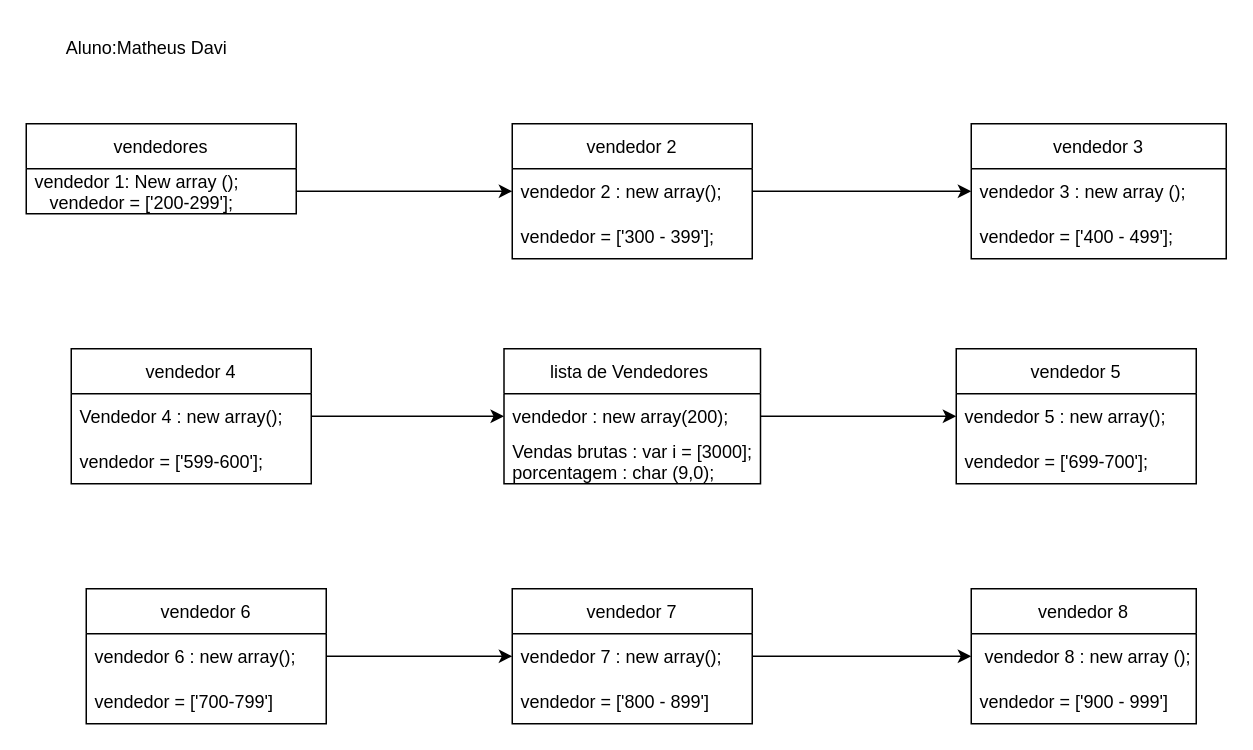
Above: diagramaemjava.drawio in daviterzin/rogue-brasil- (draw.io), before the change. Source tidied: cells renumbered, new cells numbered last; positions are measured from the earlier drawing's top-left corner, leaving out a move shared by most shapes. Both pictures are drawn from the tidied source at 150%, with x=0, y=0 at pixel (26, 26).
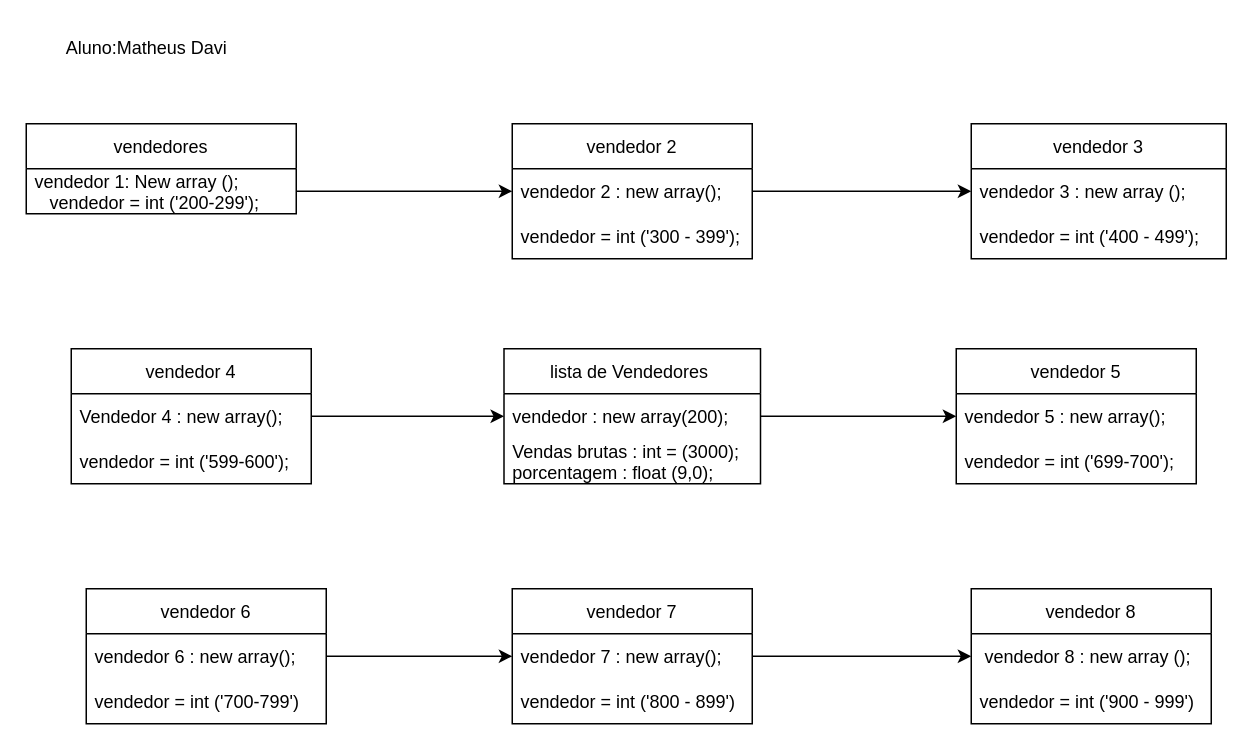
Above is the later version.

The change refers to these unchanged cells:
```xml
<mxCell id="6" value="vendedor 2" style="swimlane;fontStyle=0;horizontal=1;startSize=30;" parent="1" vertex="1">
  <mxGeometry x="324" y="65" width="160" height="90" as="geometry" />
</mxCell>
<mxCell id="9" value="vendedor 3" style="swimlane;fontStyle=0;horizontal=1;startSize=30;" parent="1" vertex="1">
  <mxGeometry x="630" y="65" width="170" height="90" as="geometry" />
</mxCell>
<mxCell id="13" value="vendedor 4" style="swimlane;fontStyle=0;horizontal=1;startSize=30;" parent="1" vertex="1">
  <mxGeometry x="30" y="215" width="160" height="90" as="geometry" />
</mxCell>
<mxCell id="17" value="lista de Vendedores " style="swimlane;fontStyle=0;horizontal=1;startSize=30;" parent="1" vertex="1">
  <mxGeometry x="318.5" y="215" width="171" height="90" as="geometry" />
</mxCell>
<mxCell id="20" value="vendedor 5" style="swimlane;fontStyle=0;horizontal=1;startSize=30;" parent="1" vertex="1">
  <mxGeometry x="620" y="215" width="160" height="90" as="geometry" />
</mxCell>
<mxCell id="24" value="vendedor 6" style="swimlane;fontStyle=0;horizontal=1;startSize=30;" parent="1" vertex="1">
  <mxGeometry x="40" y="375" width="160" height="90" as="geometry" />
</mxCell>
<mxCell id="28" value="vendedor 7" style="swimlane;fontStyle=0;horizontal=1;startSize=30;" parent="1" vertex="1">
  <mxGeometry x="324" y="375" width="160" height="90" as="geometry" />
</mxCell>
```

Change to the diagram source:
```diff
@@
-    <mxCell id="8" value="vendedor = ['300 - 399'];" style="text;strokeColor=none;fillColor=none;align=left;verticalAlign=middle;spacingLeft=4;spacingRight=4;overflow=hidden;" parent="6" vertex="1">
+    <mxCell id="8" value="vendedor = int ('300 - 399');" style="text;strokeColor=none;fillColor=none;align=left;verticalAlign=middle;spacingLeft=4;spacingRight=4;overflow=hidden;" parent="6" vertex="1">
       <mxGeometry y="60" width="160" height="30" as="geometry" />
     </mxCell>
@@
-    <mxCell id="11" value="vendedor = ['400 - 499'];" style="text;strokeColor=none;fillColor=none;align=left;verticalAlign=middle;spacingLeft=4;spacingRight=4;overflow=hidden;" parent="9" vertex="1">
+    <mxCell id="11" value="vendedor = int ('400 - 499');" style="text;strokeColor=none;fillColor=none;align=left;verticalAlign=middle;spacingLeft=4;spacingRight=4;overflow=hidden;" parent="9" vertex="1">
       <mxGeometry y="60" width="170" height="30" as="geometry" />
     </mxCell>
@@
-    <mxCell id="15" value="vendedor = ['599-600'];" style="text;strokeColor=none;fillColor=none;align=left;verticalAlign=middle;spacingLeft=4;spacingRight=4;overflow=hidden;" parent="13" vertex="1">
+    <mxCell id="15" value="vendedor = int ('599-600');" style="text;strokeColor=none;fillColor=none;align=left;verticalAlign=middle;spacingLeft=4;spacingRight=4;overflow=hidden;" parent="13" vertex="1">
       <mxGeometry y="60" width="160" height="30" as="geometry" />
     </mxCell>
@@
-    <mxCell id="19" value="Vendas brutas : var i = [3000];&#10;porcentagem : char (9,0);" style="text;strokeColor=none;fillColor=none;align=left;verticalAlign=middle;spacingLeft=4;spacingRight=4;overflow=hidden;" parent="17" vertex="1">
+    <mxCell id="19" value="Vendas brutas : int = (3000);&#10;porcentagem : float (9,0);" style="text;strokeColor=none;fillColor=none;align=left;verticalAlign=middle;spacingLeft=4;spacingRight=4;overflow=hidden;" parent="17" vertex="1">
       <mxGeometry y="60" width="171" height="30" as="geometry" />
     </mxCell>
@@
-    <mxCell id="22" value="vendedor = ['699-700'];" style="text;strokeColor=none;fillColor=none;align=left;verticalAlign=middle;spacingLeft=4;spacingRight=4;overflow=hidden;" parent="20" vertex="1">
+    <mxCell id="22" value="vendedor = int ('699-700');" style="text;strokeColor=none;fillColor=none;align=left;verticalAlign=middle;spacingLeft=4;spacingRight=4;overflow=hidden;" parent="20" vertex="1">
       <mxGeometry y="60" width="160" height="30" as="geometry" />
     </mxCell>
@@
-    <mxCell id="26" value="vendedor = ['700-799']" style="text;strokeColor=none;fillColor=none;align=left;verticalAlign=middle;spacingLeft=4;spacingRight=4;overflow=hidden;" parent="24" vertex="1">
+    <mxCell id="26" value="vendedor = int ('700-799')" style="text;strokeColor=none;fillColor=none;align=left;verticalAlign=middle;spacingLeft=4;spacingRight=4;overflow=hidden;" parent="24" vertex="1">
       <mxGeometry y="60" width="160" height="30" as="geometry" />
     </mxCell>
@@
-    <mxCell id="30" value="vendedor = ['800 - 899']" style="text;strokeColor=none;fillColor=none;align=left;verticalAlign=middle;spacingLeft=4;spacingRight=4;overflow=hidden;" parent="28" vertex="1">
+    <mxCell id="30" value="vendedor = int ('800 - 899')" style="text;strokeColor=none;fillColor=none;align=left;verticalAlign=middle;spacingLeft=4;spacingRight=4;overflow=hidden;" parent="28" vertex="1">
       <mxGeometry y="60" width="160" height="30" as="geometry" />
     </mxCell>
     <mxCell id="31" value="vendedor 8" style="swimlane;fontStyle=0;horizontal=1;startSize=30;" parent="1" vertex="1">
-      <mxGeometry x="630" y="375" width="150" height="90" as="geometry" />
+      <mxGeometry x="630" y="375" width="160" height="90" as="geometry" />
     </mxCell>
     <mxCell id="32" value=" vendedor 8 : new array ();" style="text;strokeColor=none;fillColor=none;align=left;verticalAlign=middle;spacingLeft=4;spacingRight=4;overflow=hidden;points=[[0,0.5],[1,0.5]];portConstraint=eastwest;" parent="31" vertex="1">
-      <mxGeometry y="30" width="150" height="30" as="geometry" />
+      <mxGeometry y="30" width="160" height="30" as="geometry" />
     </mxCell>
-    <mxCell id="33" value="vendedor = ['900 - 999']" style="text;strokeColor=none;fillColor=none;align=left;verticalAlign=middle;spacingLeft=4;spacingRight=4;overflow=hidden;" parent="31" vertex="1">
-      <mxGeometry y="60" width="150" height="30" as="geometry" />
+    <mxCell id="33" value="vendedor = int ('900 - 999')" style="text;strokeColor=none;fillColor=none;align=left;verticalAlign=middle;spacingLeft=4;spacingRight=4;overflow=hidden;" parent="31" vertex="1">
+      <mxGeometry y="60" width="160" height="30" as="geometry" />
     </mxCell>
-    <mxCell id="34" value="vendedor 1: New array ();&#10;   vendedor = ['200-299'];" style="text;strokeColor=none;fillColor=none;align=left;verticalAlign=middle;spacingLeft=4;spacingRight=4;overflow=hidden;points=[[0,0.5],[1,0.5]];portConstraint=eastwest;" parent="1" vertex="1">
+    <mxCell id="34" value="vendedor 1: New array ();&#10;   vendedor = int ('200-299');" style="text;strokeColor=none;fillColor=none;align=left;verticalAlign=middle;spacingLeft=4;spacingRight=4;overflow=hidden;points=[[0,0.5],[1,0.5]];portConstraint=eastwest;" parent="1" vertex="1">
       <mxGeometry y="95" width="180" height="30" as="geometry" />
     </mxCell>
```
